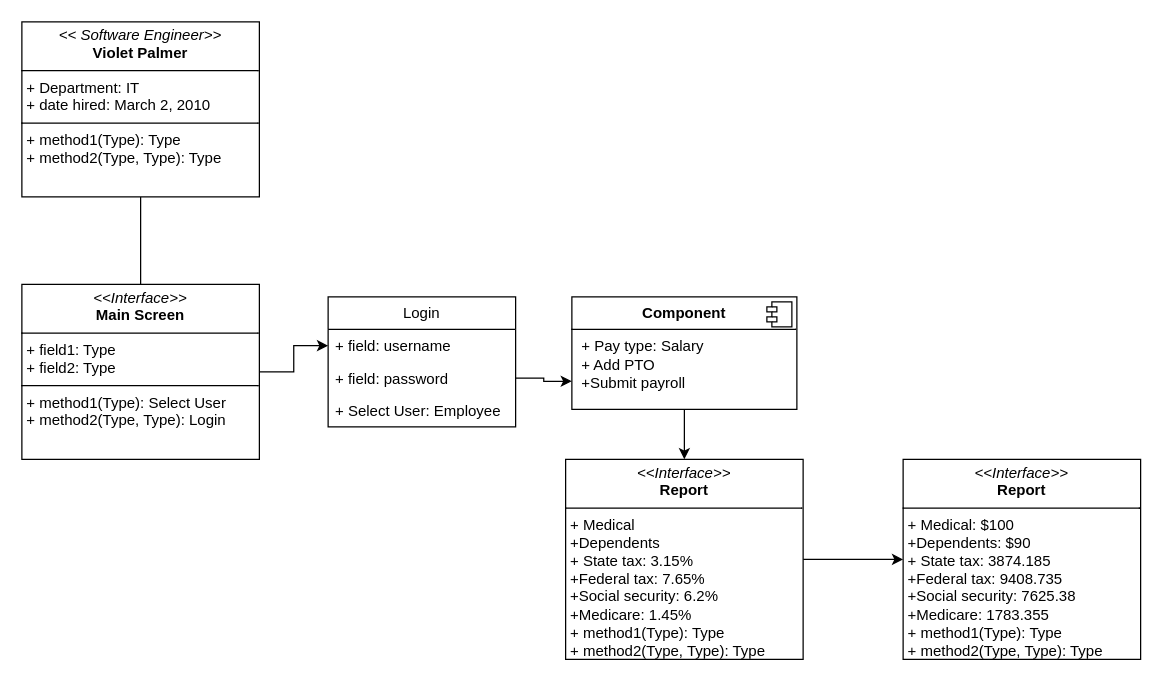
Earlier version of the draw.io diagram violet.drawio (emtecky/payroll). Source tidied: cells renumbered, new cells numbered last; positions are measured from the earlier drawing's top-left corner, leaving out a move shared by most shapes. Both pictures are drawn from the tidied source at 125%, with x=0, y=0 at pixel (21, 21).
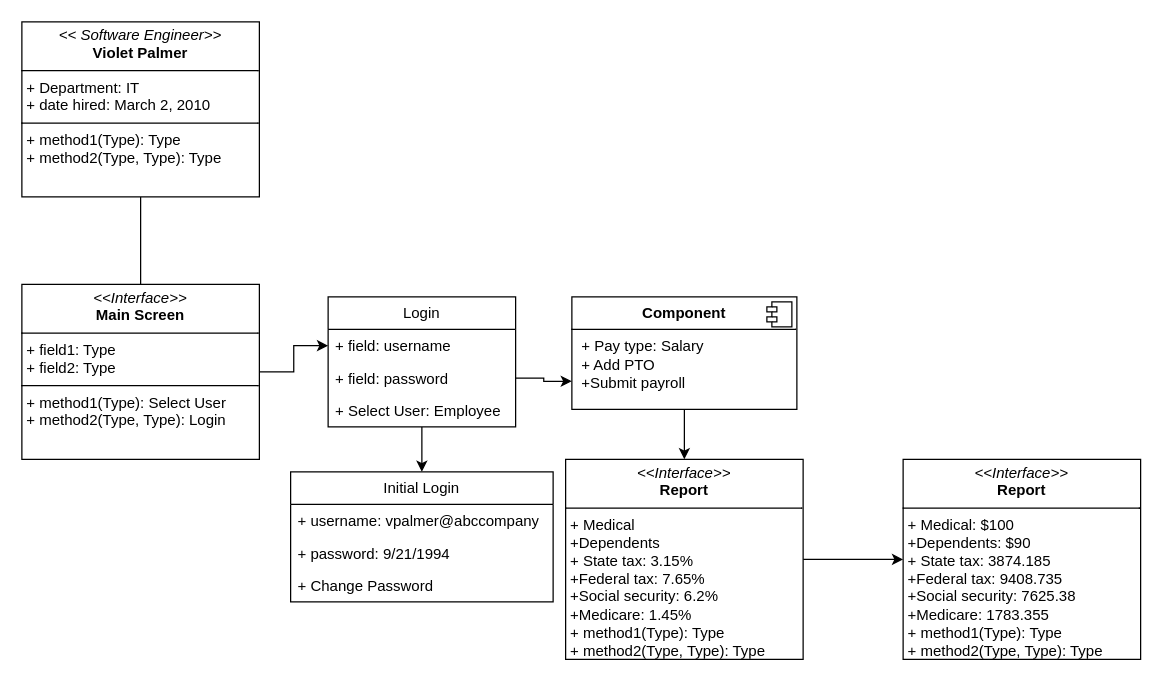
After the change.

The change refers to these unchanged cells:
```xml
<mxCell id="4" value="Login" style="swimlane;fontStyle=0;horizontal=1;startSize=26;fillColor=none;whiteSpace=wrap;html=1;" parent="1" vertex="1">
  <mxGeometry x="245" y="220" width="150" height="104" as="geometry" />
</mxCell>
```

Diff of the diagram source:
```diff
@@
+    <mxCell id="17" style="edgeStyle=orthogonalEdgeStyle;rounded=0;jettySize=auto;html=1;entryX=0.5;entryY=0;entryDx=0;entryDy=0;" parent="1" edge="1" source="4" target="18">
+      <mxGeometry relative="1" as="geometry" />
+    </mxCell>
@@
+    <mxCell id="18" value="Initial Login" style="swimlane;fontStyle=0;horizontal=1;startSize=26;fillColor=none;whiteSpace=wrap;html=1;" parent="1" vertex="1">
+      <mxGeometry x="215" y="360" width="210" height="104" as="geometry" />
+    </mxCell>
+    <mxCell id="19" value="+ username: vpalmer@abccompany" style="text;strokeColor=none;fillColor=none;align=left;verticalAlign=top;spacingLeft=4;spacingRight=4;overflow=hidden;whiteSpace=wrap;html=1;" parent="18" vertex="1">
+      <mxGeometry y="26" width="210" height="26" as="geometry" />
+    </mxCell>
+    <mxCell id="20" value="+ password: 9/21/1994" style="text;strokeColor=none;fillColor=none;align=left;verticalAlign=top;spacingLeft=4;spacingRight=4;overflow=hidden;whiteSpace=wrap;html=1;" parent="18" vertex="1">
+      <mxGeometry y="52" width="210" height="26" as="geometry" />
+    </mxCell>
+    <mxCell id="21" value="+ Change Password" style="text;strokeColor=none;fillColor=none;align=left;verticalAlign=top;spacingLeft=4;spacingRight=4;overflow=hidden;whiteSpace=wrap;html=1;" parent="18" vertex="1">
+      <mxGeometry y="78" width="210" height="26" as="geometry" />
+    </mxCell>
```
